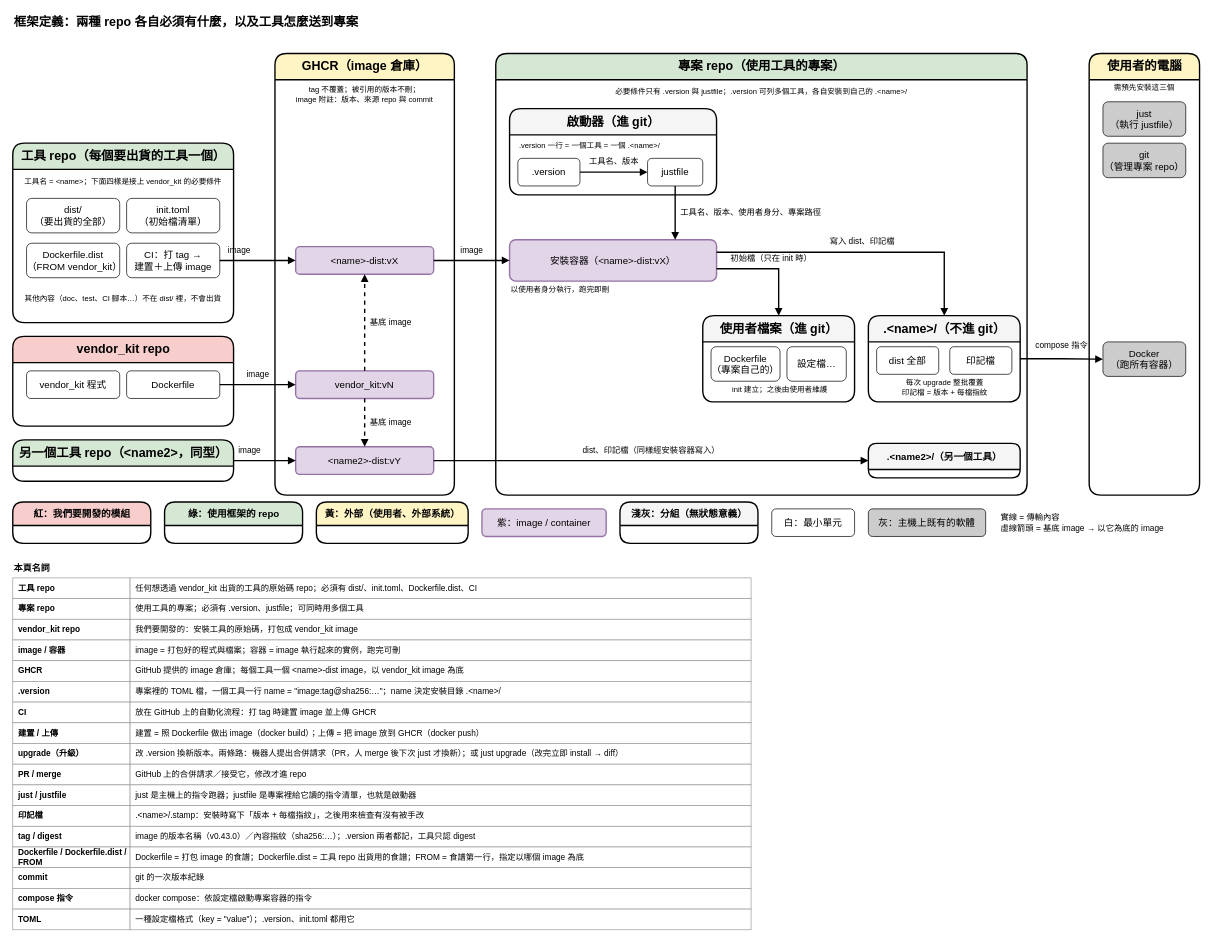
This is page "2. 框架定義" (2 of 10) of dist_distribution.drawio from ycpss91255-research/vendor_kit, a draw.io file, before an edit. Source tidied: cells renumbered, new cells numbered last; positions are measured from the earlier drawing's top-left corner, leaving out a move shared by most shapes. Both pictures are drawn from the tidied source at 69%, with x=0, y=0 at pixel (12, 12).
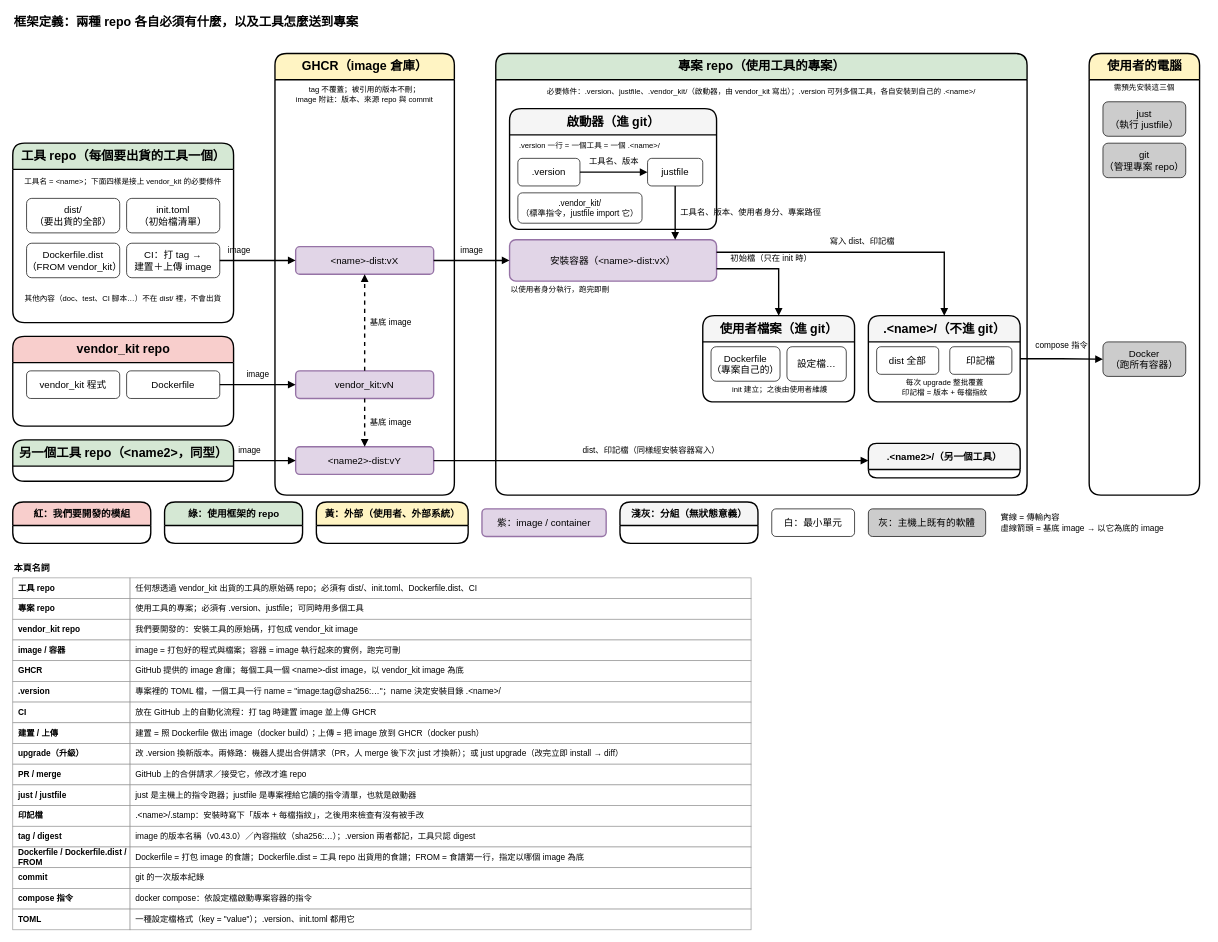
The same page after the edit.

Commit message (it also covers changes not shown here):
新增第 10 頁 bootstrap 流程；第 2/7/9 頁加 .vendor_kit/ 啟動器；第 7/8/9 頁修第 2 輪審查 6 項

Unchanged cells that the change refers to:
```xml
<mxCell id="19" value="專案 repo（使用工具的專案）" style="swimlane;html=1;rounded=1;startSize=38;fontStyle=1;fontSize=18;fillColor=#d5e8d4;swimlaneFillColor=#ffffff;strokeColor=#000000;strokeWidth=2;" parent="1" vertex="1">
  <mxGeometry x="700" y="60" width="770" height="640" as="geometry" />
</mxCell>
```

Change to the diagram source:
```diff
@@
-    <mxCell id="20" value="必要條件只有 .version 與 justfile；.version 可列多個工具，各自安裝到自己的 .&amp;lt;name&amp;gt;/" style="text;html=1;whiteSpace=wrap;align=center;verticalAlign=middle;fontSize=11;strokeColor=none;fillColor=none;" parent="19" vertex="1">
+    <mxCell id="20" value="必要條件：.version、justfile、.vendor_kit/（啟動器，由 vendor_kit 寫出）；.version 可列多個工具，各自安裝到自己的 .&amp;lt;name&amp;gt;/" style="text;html=1;whiteSpace=wrap;align=center;verticalAlign=middle;fontSize=11;strokeColor=none;fillColor=none;" parent="19" vertex="1">
       <mxGeometry x="10" y="40" width="750" height="30" as="geometry" />
     </mxCell>
     <mxCell id="21" value="啟動器（進 git）" style="swimlane;html=1;rounded=1;startSize=38;fontStyle=1;fontSize=18;fillColor=#f5f5f5;swimlaneFillColor=#ffffff;strokeColor=#000000;strokeWidth=2;" parent="19" vertex="1">
-      <mxGeometry x="20" y="80" width="300" height="125" as="geometry" />
+      <mxGeometry x="20" y="80" width="300" height="175" as="geometry" />
     </mxCell>
+    <mxCell id="96" value=".vendor_kit/&lt;br&gt;（標準指令，justfile import 它）" style="rounded=1;whiteSpace=wrap;html=1;fillColor=#ffffff;strokeColor=light-dark(#000000,#9577A3);fontSize=12;strokeWidth=1;" parent="21" vertex="1">
+      <mxGeometry x="12" y="122" width="180" height="44" as="geometry" />
+    </mxCell>
```
